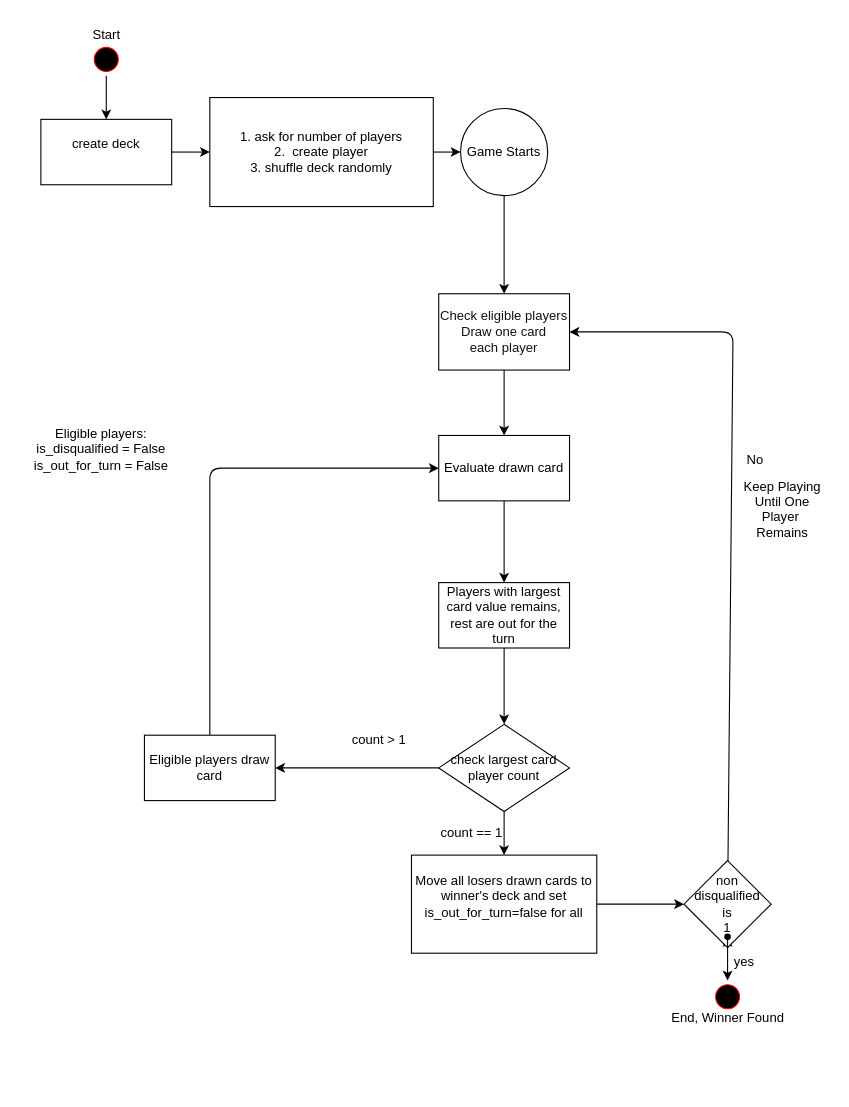
Above: py/02_jose_portilla/milestone_project/02-war/war-flow-diagram.drawio in skryptx/ready-set-code (draw.io), before the change. Source tidied: cells renumbered, new cells numbered last; positions are measured from the earlier drawing's top-left corner, leaving out a move shared by most shapes. Both pictures are drawn from the tidied source at 109%, with x=0, y=0 at pixel (19, 19).
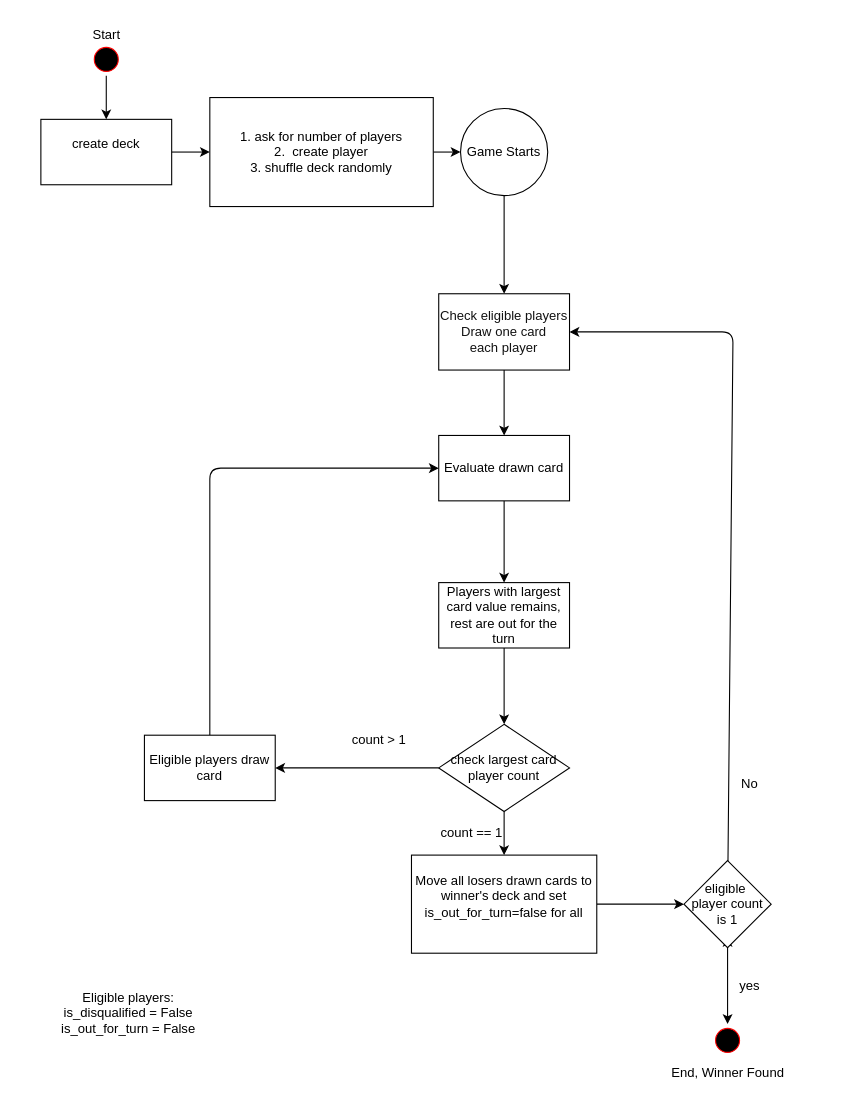
After the change.

The edit, as a diff of the source:
```diff
@@
-    <mxCell id="14" value="Keep Playing&lt;div&gt;Until One&lt;/div&gt;&lt;div&gt;Player&amp;nbsp;&lt;/div&gt;&lt;div&gt;Remains&lt;/div&gt;&lt;div&gt;&lt;br&gt;&lt;/div&gt;" style="text;html=1;align=center;verticalAlign=middle;strokeColor=none;fillColor=none;" parent="1" vertex="1">
-      <mxGeometry x="655" y="412" width="90" height="90" as="geometry" />
-    </mxCell>
@@
-    <mxCell id="17" style="edgeStyle=none;html=1;" parent="1" edge="1" source="19" target="21">
-      <mxGeometry relative="1" as="geometry" />
+    <mxCell id="17" style="edgeStyle=none;html=1;" parent="1" edge="1" source="19">
+      <mxGeometry relative="1" as="geometry">
+        <mxPoint x="650" y="842" as="targetPoint" />
+      </mxGeometry>
     </mxCell>
@@
-    <mxCell id="19" value="&lt;div&gt;non&lt;/div&gt;disqualified&lt;div&gt;is&lt;/div&gt;&lt;div&gt;1&lt;/div&gt;" style="rhombus;whiteSpace=wrap;html=1;rounded=0;" parent="1" vertex="1">
+    <mxCell id="19" value="&lt;div&gt;eligible&amp;nbsp;&lt;/div&gt;&lt;div&gt;player count&lt;/div&gt;&lt;div&gt;is 1&lt;/div&gt;" style="rhombus;whiteSpace=wrap;html=1;rounded=0;" parent="1" vertex="1">
       <mxGeometry x="610" y="772" width="80" height="80" as="geometry" />
     </mxCell>
-    <mxCell id="20" style="edgeStyle=none;html=1;entryX=0.5;entryY=0;entryDx=0;entryDy=0;" parent="1" edge="1" source="21" target="23">
+    <mxCell id="20" style="edgeStyle=none;html=1;entryX=0.5;entryY=0;entryDx=0;entryDy=0;exitX=0.5;exitY=1;exitDx=0;exitDy=0;" parent="1" edge="1" source="19" target="23">
       <mxGeometry relative="1" as="geometry" />
     </mxCell>
-    <mxCell id="21" style="shape=waypoint;sketch=0;size=6;points=[];fillColor=default;perimeter=centerPerimeter;snapToPoint=1;rounded=0;" parent="1" vertex="1">
-      <mxGeometry x="640" y="832" width="20" height="20" as="geometry" />
-    </mxCell>
     <mxCell id="22" value="No" style="text;html=1;align=center;verticalAlign=middle;strokeColor=none;fillColor=none;" parent="1" vertex="1">
-      <mxGeometry x="655" y="390" width="40" height="30" as="geometry" />
+      <mxGeometry x="650" y="687" width="40" height="30" as="geometry" />
     </mxCell>
     <mxCell id="23" style="ellipse;html=1;shape=startState;fillColor=#000000;strokeColor=#ff0000;" parent="1" vertex="1">
-      <mxGeometry x="635" y="882" width="30" height="30" as="geometry" />
+      <mxGeometry x="635" y="922" width="30" height="30" as="geometry" />
     </mxCell>
@@
     <mxCell id="25" value="End, Winner Found" style="text;html=1;align=center;verticalAlign=middle;strokeColor=none;fillColor=none;" parent="1" vertex="1">
-      <mxGeometry x="585" y="902" width="130" height="30" as="geometry" />
+      <mxGeometry x="585" y="952" width="130" height="30" as="geometry" />
     </mxCell>
@@
     <mxCell id="33" value="Eligible players:&lt;div&gt;is_disqualified = False&lt;/div&gt;&lt;div&gt;is_out_for_turn = False&lt;/div&gt;" style="text;html=1;align=center;verticalAlign=middle;strokeColor=none;fillColor=none;" parent="1" vertex="1">
-      <mxGeometry y="365" width="150" height="60" as="geometry" />
+      <mxGeometry x="25" y="882" width="150" height="60" as="geometry" />
     </mxCell>
     <mxCell id="34" value="yes" style="text;html=1;align=center;verticalAlign=middle;strokeColor=none;fillColor=none;" parent="1" vertex="1">
-      <mxGeometry x="645" y="850" width="40" height="30" as="geometry" />
+      <mxGeometry x="650" y="872" width="40" height="30" as="geometry" />
     </mxCell>
```
